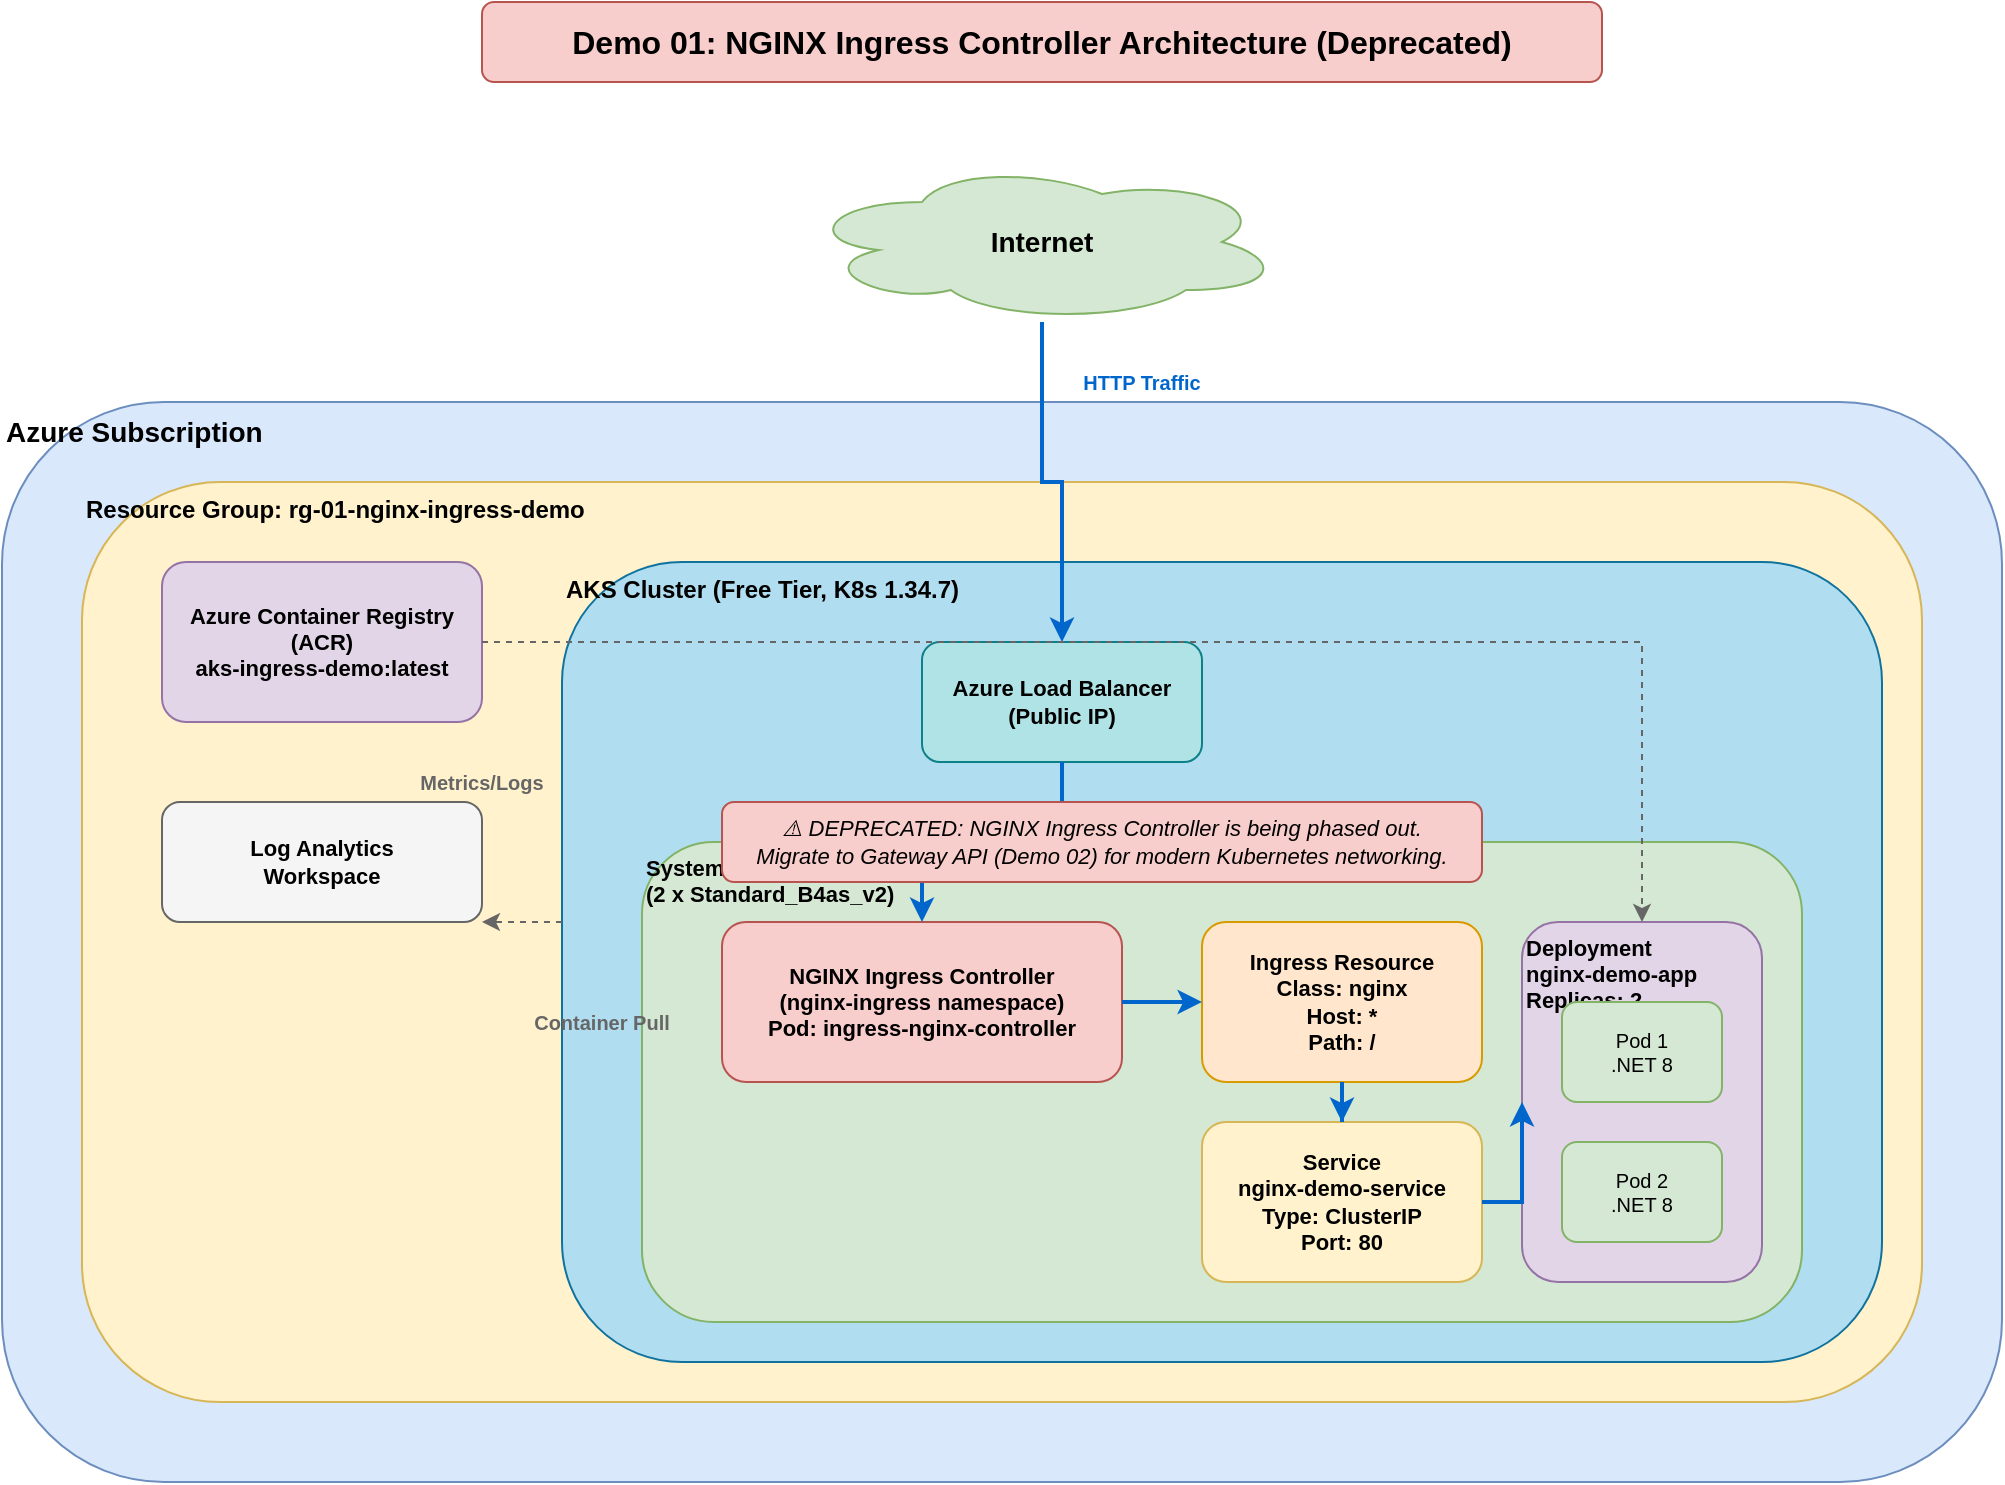
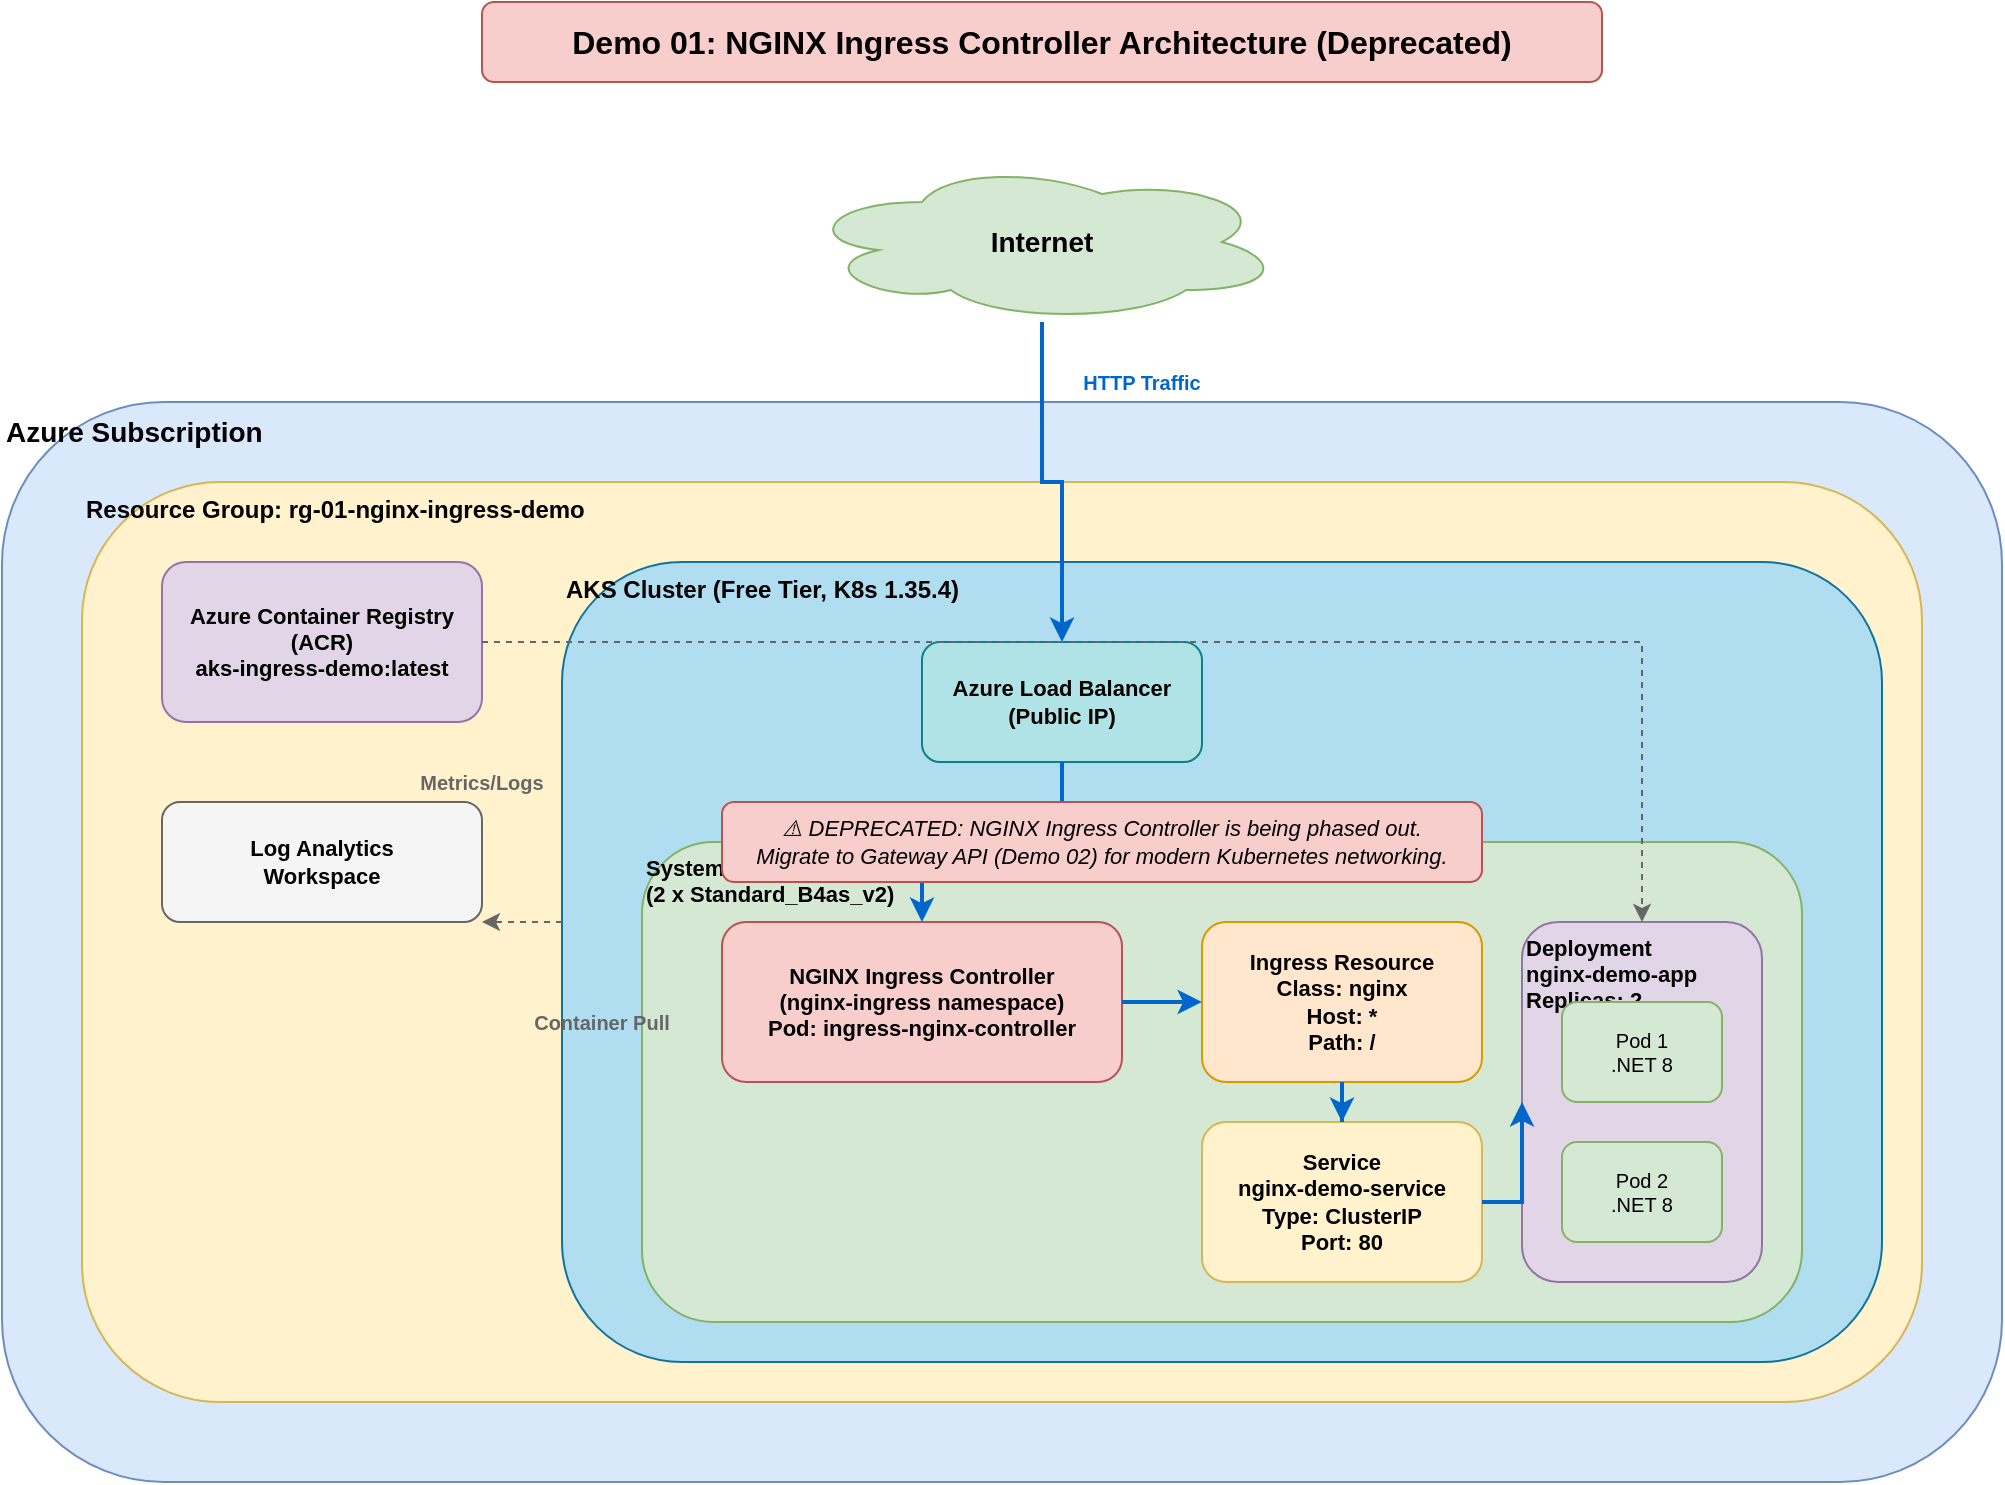
<mxfile host="app.diagrams.net" modified="2026-05-21T12:17:00.000Z" agent="draw.io" version="24.0.0">
  <diagram name="NGINX Ingress Architecture" id="nginx-ingress-arch">
    <mxGraphModel dx="1422" dy="794" grid="1" gridSize="10" guides="1" tooltips="1" connect="1" arrows="1" fold="1" page="1" pageScale="1" pageWidth="1169" pageHeight="827" math="0" shadow="0">
      <root>
        <mxCell id="0" />
        <mxCell id="1" parent="0" />

        <!-- Title -->
        <mxCell id="title" value="Demo 01: NGINX Ingress Controller Architecture (Deprecated)" style="text;html=1;strokeColor=#b85450;fillColor=#f8cecc;align=center;verticalAlign=middle;whiteSpace=wrap;rounded=1;fontStyle=1;fontSize=16;" vertex="1" parent="1">
          <mxGeometry x="320" y="40" width="560" height="40" as="geometry" />
        </mxCell>

        <!-- Internet Cloud -->
        <mxCell id="internet" value="Internet" style="ellipse;shape=cloud;whiteSpace=wrap;html=1;fillColor=#d5e8d4;strokeColor=#82b366;fontSize=14;fontStyle=1" vertex="1" parent="1">
          <mxGeometry x="480" y="120" width="240" height="80" as="geometry" />
        </mxCell>

        <!-- Azure Subscription Box -->
        <mxCell id="azure-sub" value="Azure Subscription" style="rounded=1;whiteSpace=wrap;html=1;fillColor=#dae8fc;strokeColor=#6c8ebf;verticalAlign=top;fontStyle=1;fontSize=14;align=left;" vertex="1" parent="1">
          <mxGeometry x="80" y="240" width="1000" height="540" as="geometry" />
        </mxCell>

        <!-- Resource Group -->
        <mxCell id="rg" value="Resource Group: rg-01-nginx-ingress-demo" style="rounded=1;whiteSpace=wrap;html=1;fillColor=#fff2cc;strokeColor=#d6b656;verticalAlign=top;fontStyle=1;fontSize=12;align=left;" vertex="1" parent="1">
          <mxGeometry x="120" y="280" width="920" height="460" as="geometry" />
        </mxCell>

        <!-- Azure Container Registry -->
        <mxCell id="acr" value="Azure Container Registry&#xa;(ACR)&#xa;aks-ingress-demo:latest" style="rounded=1;whiteSpace=wrap;html=1;fillColor=#e1d5e7;strokeColor=#9673a6;fontSize=11;fontStyle=1" vertex="1" parent="1">
          <mxGeometry x="160" y="320" width="160" height="80" as="geometry" />
        </mxCell>

        <!-- AKS Cluster Box -->
-         <mxCell id="aks-cluster" value="AKS Cluster (Free Tier, K8s 1.34.7)" style="rounded=1;whiteSpace=wrap;html=1;fillColor=#b1ddf0;strokeColor=#10739e;verticalAlign=top;fontStyle=1;fontSize=12;align=left;" vertex="1" parent="1">
+         <mxCell id="aks-cluster" value="AKS Cluster (Free Tier, K8s 1.35.4)" style="rounded=1;whiteSpace=wrap;html=1;fillColor=#b1ddf0;strokeColor=#10739e;verticalAlign=top;fontStyle=1;fontSize=12;align=left;" vertex="1" parent="1">
          <mxGeometry x="360" y="320" width="660" height="400" as="geometry" />
        </mxCell>

        <!-- Load Balancer -->
        <mxCell id="lb" value="Azure Load Balancer&#xa;(Public IP)" style="rounded=1;whiteSpace=wrap;html=1;fillColor=#b0e3e6;strokeColor=#0e8088;fontSize=11;fontStyle=1" vertex="1" parent="1">
          <mxGeometry x="540" y="360" width="140" height="60" as="geometry" />
        </mxCell>

        <!-- System Node Pool -->
        <mxCell id="nodepool" value="System Node Pool&#xa;(2 x Standard_B4as_v2)" style="rounded=1;whiteSpace=wrap;html=1;fillColor=#d5e8d4;strokeColor=#82b366;verticalAlign=top;fontStyle=1;fontSize=11;align=left;" vertex="1" parent="1">
          <mxGeometry x="400" y="460" width="580" height="240" as="geometry" />
        </mxCell>

        <!-- NGINX Ingress Controller -->
        <mxCell id="nginx-controller" value="NGINX Ingress Controller&#xa;(nginx-ingress namespace)&#xa;Pod: ingress-nginx-controller" style="rounded=1;whiteSpace=wrap;html=1;fillColor=#f8cecc;strokeColor=#b85450;fontSize=11;fontStyle=1" vertex="1" parent="1">
          <mxGeometry x="440" y="500" width="200" height="80" as="geometry" />
        </mxCell>

        <!-- Ingress Resource -->
        <mxCell id="ingress" value="Ingress Resource&#xa;Class: nginx&#xa;Host: *&#xa;Path: /" style="rounded=1;whiteSpace=wrap;html=1;fillColor=#ffe6cc;strokeColor=#d79b00;fontSize=11;fontStyle=1" vertex="1" parent="1">
          <mxGeometry x="680" y="500" width="140" height="80" as="geometry" />
        </mxCell>

        <!-- Service -->
        <mxCell id="service" value="Service&#xa;nginx-demo-service&#xa;Type: ClusterIP&#xa;Port: 80" style="rounded=1;whiteSpace=wrap;html=1;fillColor=#fff2cc;strokeColor=#d6b656;fontSize=11;fontStyle=1" vertex="1" parent="1">
          <mxGeometry x="680" y="600" width="140" height="80" as="geometry" />
        </mxCell>

        <!-- Deployment/Pods -->
        <mxCell id="deployment" value="Deployment&#xa;nginx-demo-app&#xa;Replicas: 2" style="rounded=1;whiteSpace=wrap;html=1;fillColor=#e1d5e7;strokeColor=#9673a6;verticalAlign=top;fontStyle=1;fontSize=11;align=left;" vertex="1" parent="1">
          <mxGeometry x="840" y="500" width="120" height="180" as="geometry" />
        </mxCell>

        <mxCell id="pod1" value="Pod 1&#xa;.NET 8" style="rounded=1;whiteSpace=wrap;html=1;fillColor=#d5e8d4;strokeColor=#82b366;fontSize=10" vertex="1" parent="1">
          <mxGeometry x="860" y="540" width="80" height="50" as="geometry" />
        </mxCell>

        <mxCell id="pod2" value="Pod 2&#xa;.NET 8" style="rounded=1;whiteSpace=wrap;html=1;fillColor=#d5e8d4;strokeColor=#82b366;fontSize=10" vertex="1" parent="1">
          <mxGeometry x="860" y="610" width="80" height="50" as="geometry" />
        </mxCell>

        <!-- Log Analytics -->
        <mxCell id="logs" value="Log Analytics&#xa;Workspace" style="rounded=1;whiteSpace=wrap;html=1;fillColor=#f5f5f5;strokeColor=#666666;fontSize=11;fontStyle=1" vertex="1" parent="1">
          <mxGeometry x="160" y="440" width="160" height="60" as="geometry" />
        </mxCell>

        <!-- Arrows -->
        <mxCell id="arrow1" style="edgeStyle=orthogonalEdgeStyle;rounded=0;orthogonalLoop=1;jettySize=auto;html=1;strokeWidth=2;strokeColor=#0066CC;" edge="1" parent="1" source="internet" target="lb">
          <mxGeometry relative="1" as="geometry" />
        </mxCell>

        <mxCell id="arrow2" style="edgeStyle=orthogonalEdgeStyle;rounded=0;orthogonalLoop=1;jettySize=auto;html=1;strokeWidth=2;strokeColor=#0066CC;" edge="1" parent="1" source="lb" target="nginx-controller">
          <mxGeometry relative="1" as="geometry" />
        </mxCell>

        <mxCell id="arrow3" style="edgeStyle=orthogonalEdgeStyle;rounded=0;orthogonalLoop=1;jettySize=auto;html=1;strokeWidth=2;strokeColor=#0066CC;" edge="1" parent="1" source="nginx-controller" target="ingress">
          <mxGeometry relative="1" as="geometry" />
        </mxCell>

        <mxCell id="arrow4" style="edgeStyle=orthogonalEdgeStyle;rounded=0;orthogonalLoop=1;jettySize=auto;html=1;strokeWidth=2;strokeColor=#0066CC;" edge="1" parent="1" source="ingress" target="service">
          <mxGeometry relative="1" as="geometry" />
        </mxCell>

        <mxCell id="arrow5" style="edgeStyle=orthogonalEdgeStyle;rounded=0;orthogonalLoop=1;jettySize=auto;html=1;strokeWidth=2;strokeColor=#0066CC;" edge="1" parent="1" source="service" target="deployment">
          <mxGeometry relative="1" as="geometry" />
        </mxCell>

        <mxCell id="arrow6" style="edgeStyle=orthogonalEdgeStyle;rounded=0;orthogonalLoop=1;jettySize=auto;html=1;strokeWidth=1;strokeColor=#666666;dashed=1;" edge="1" parent="1" source="acr" target="deployment">
          <mxGeometry relative="1" as="geometry" />
        </mxCell>

        <mxCell id="arrow7" style="edgeStyle=orthogonalEdgeStyle;rounded=0;orthogonalLoop=1;jettySize=auto;html=1;strokeWidth=1;strokeColor=#666666;dashed=1;" edge="1" parent="1" source="aks-cluster" target="logs">
          <mxGeometry relative="1" as="geometry">
            <Array as="points">
              <mxPoint x="380" y="470" />
              <mxPoint x="380" y="470" />
            </Array>
          </mxGeometry>
        </mxCell>

        <!-- Labels -->
        <mxCell id="label1" value="HTTP Traffic" style="text;html=1;align=center;verticalAlign=middle;whiteSpace=wrap;fontSize=10;fontColor=#0066CC;fontStyle=1" vertex="1" parent="1">
          <mxGeometry x="610" y="220" width="80" height="20" as="geometry" />
        </mxCell>

        <mxCell id="label2" value="Container Pull" style="text;html=1;align=center;verticalAlign=middle;whiteSpace=wrap;fontSize=10;fontColor=#666666;fontStyle=1" vertex="1" parent="1">
          <mxGeometry x="340" y="540" width="80" height="20" as="geometry" />
        </mxCell>

        <mxCell id="label3" value="Metrics/Logs" style="text;html=1;align=center;verticalAlign=middle;whiteSpace=wrap;fontSize=10;fontColor=#666666;fontStyle=1" vertex="1" parent="1">
          <mxGeometry x="280" y="420" width="80" height="20" as="geometry" />
        </mxCell>

        <!-- Deprecation Notice -->
        <mxCell id="deprecation" value="⚠️ DEPRECATED: NGINX Ingress Controller is being phased out.&#xa;Migrate to Gateway API (Demo 02) for modern Kubernetes networking." style="text;html=1;strokeColor=#b85450;fillColor=#f8cecc;align=center;verticalAlign=middle;whiteSpace=wrap;rounded=1;fontSize=11;fontStyle=2" vertex="1" parent="1">
          <mxGeometry x="440" y="440" width="380" height="40" as="geometry" />
        </mxCell>

      </root>
    </mxGraphModel>
  </diagram>
</mxfile>
